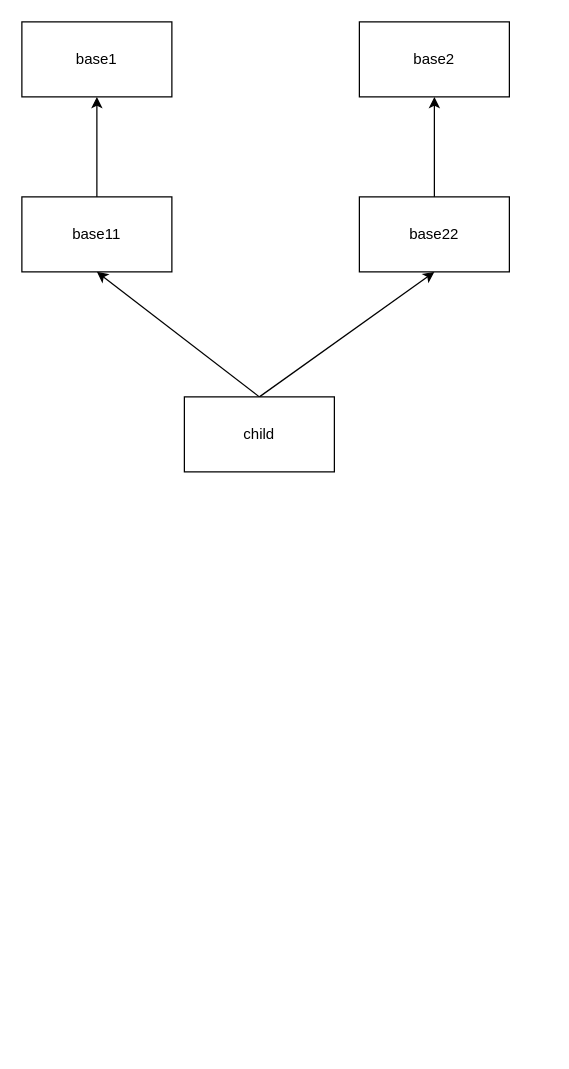
Earlier version of the draw.io diagram duochongjicheng.drawio (helios741/plan). Source tidied: cells renumbered, new cells numbered last; positions are measured from the earlier drawing's top-left corner, leaving out a move shared by most shapes. Both pictures are drawn from the tidied source at 125%, with x=0, y=0 at pixel (21, 21).
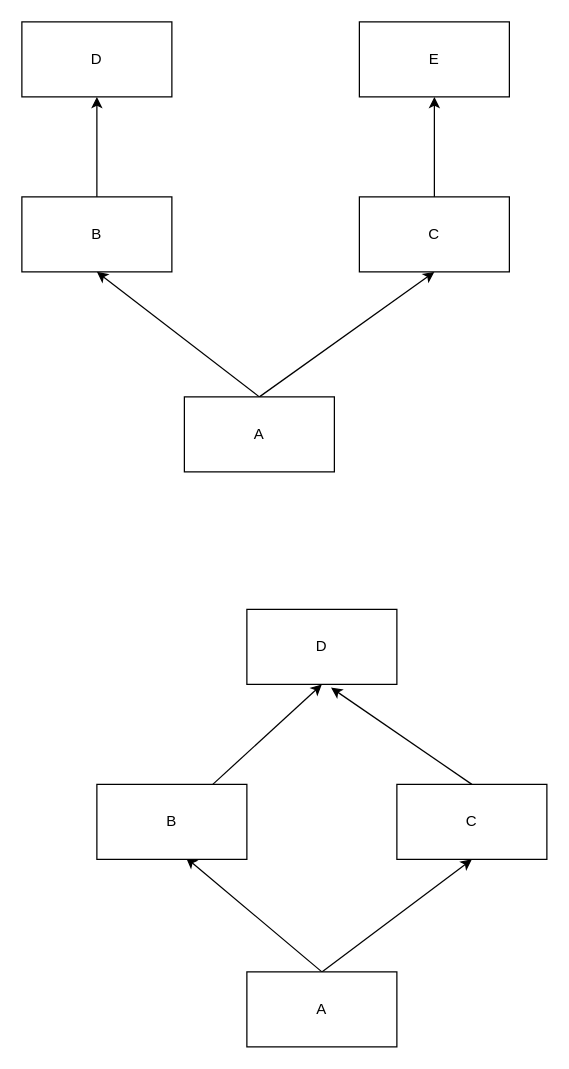
After the change.

Diff of the diagram source:
```diff
@@
 <mxGraphModel>
   <root>
     <mxCell id="0" />
     <mxCell id="1" parent="0" />
     <mxCell id="2" style="edgeStyle=orthogonalEdgeStyle;rounded=0;jettySize=auto;html=1;" parent="1" edge="1" source="3" target="4">
       <mxGeometry relative="1" as="geometry" />
     </mxCell>
-    <mxCell id="3" value="base11" style="rounded=0;whiteSpace=wrap;html=1;" parent="1" vertex="1">
+    <mxCell id="3" value="B" style="rounded=0;whiteSpace=wrap;html=1;" parent="1" vertex="1">
       <mxGeometry y="140" width="120" height="60" as="geometry" />
     </mxCell>
-    <mxCell id="4" value="base1" style="rounded=0;whiteSpace=wrap;html=1;" parent="1" vertex="1">
+    <mxCell id="4" value="D" style="rounded=0;whiteSpace=wrap;html=1;" parent="1" vertex="1">
       <mxGeometry width="120" height="60" as="geometry" />
     </mxCell>
     <mxCell id="5" style="edgeStyle=orthogonalEdgeStyle;rounded=0;jettySize=auto;html=1;" parent="1" edge="1" source="6" target="7">
       <mxGeometry relative="1" as="geometry" />
     </mxCell>
-    <mxCell id="6" value="base22" style="rounded=0;whiteSpace=wrap;html=1;" parent="1" vertex="1">
+    <mxCell id="6" value="C" style="rounded=0;whiteSpace=wrap;html=1;" parent="1" vertex="1">
       <mxGeometry x="270" y="140" width="120" height="60" as="geometry" />
     </mxCell>
-    <mxCell id="7" value="base2" style="rounded=0;whiteSpace=wrap;html=1;" parent="1" vertex="1">
+    <mxCell id="7" value="E" style="rounded=0;whiteSpace=wrap;html=1;" parent="1" vertex="1">
       <mxGeometry x="270" width="120" height="60" as="geometry" />
     </mxCell>
     <mxCell id="8" style="rounded=0;jettySize=auto;html=1;exitX=0.5;exitY=0;exitDx=0;exitDy=0;entryX=0.5;entryY=1;entryDx=0;entryDy=0;" parent="1" edge="1" source="10" target="3">
       <mxGeometry relative="1" as="geometry" />
     </mxCell>
     <mxCell id="9" style="edgeStyle=none;rounded=0;jettySize=auto;html=1;exitX=0.5;exitY=0;exitDx=0;exitDy=0;entryX=0.5;entryY=1;entryDx=0;entryDy=0;" parent="1" edge="1" source="10" target="6">
       <mxGeometry relative="1" as="geometry" />
     </mxCell>
-    <mxCell id="10" value="child" style="rounded=0;whiteSpace=wrap;html=1;" parent="1" vertex="1">
+    <mxCell id="10" value="A" style="rounded=0;whiteSpace=wrap;html=1;" parent="1" vertex="1">
       <mxGeometry x="130" y="300" width="120" height="60" as="geometry" />
     </mxCell>
+    <mxCell id="11" style="rounded=0;jettySize=auto;html=1;entryX=0.594;entryY=0.976;entryDx=0;entryDy=0;entryPerimeter=0;exitX=0.5;exitY=0;exitDx=0;exitDy=0;" parent="1" edge="1" source="13" target="15">
+      <mxGeometry relative="1" as="geometry" />
+    </mxCell>
+    <mxCell id="12" style="edgeStyle=none;rounded=0;jettySize=auto;html=1;exitX=0.5;exitY=0;exitDx=0;exitDy=0;entryX=0.5;entryY=1;entryDx=0;entryDy=0;" parent="1" edge="1" source="13" target="17">
+      <mxGeometry relative="1" as="geometry" />
+    </mxCell>
+    <mxCell id="13" value="A" style="rounded=0;whiteSpace=wrap;html=1;" parent="1" vertex="1">
+      <mxGeometry x="180" y="760" width="120" height="60" as="geometry" />
+    </mxCell>
+    <mxCell id="14" style="edgeStyle=none;rounded=0;jettySize=auto;html=1;entryX=0.5;entryY=1;entryDx=0;entryDy=0;" parent="1" edge="1" source="15" target="18">
+      <mxGeometry relative="1" as="geometry" />
+    </mxCell>
+    <mxCell id="15" value="B" style="rounded=0;whiteSpace=wrap;html=1;" parent="1" vertex="1">
+      <mxGeometry x="60" y="610" width="120" height="60" as="geometry" />
+    </mxCell>
+    <mxCell id="16" style="edgeStyle=none;rounded=0;jettySize=auto;html=1;exitX=0.5;exitY=0;exitDx=0;exitDy=0;entryX=0.561;entryY=1.043;entryDx=0;entryDy=0;entryPerimeter=0;" parent="1" edge="1" source="17" target="18">
+      <mxGeometry relative="1" as="geometry" />
+    </mxCell>
+    <mxCell id="17" value="C" style="rounded=0;whiteSpace=wrap;html=1;" parent="1" vertex="1">
+      <mxGeometry x="300" y="610" width="120" height="60" as="geometry" />
+    </mxCell>
+    <mxCell id="18" value="D" style="rounded=0;whiteSpace=wrap;html=1;" parent="1" vertex="1">
+      <mxGeometry x="180" y="470" width="120" height="60" as="geometry" />
+    </mxCell>
   </root>
 </mxGraphModel>
```
